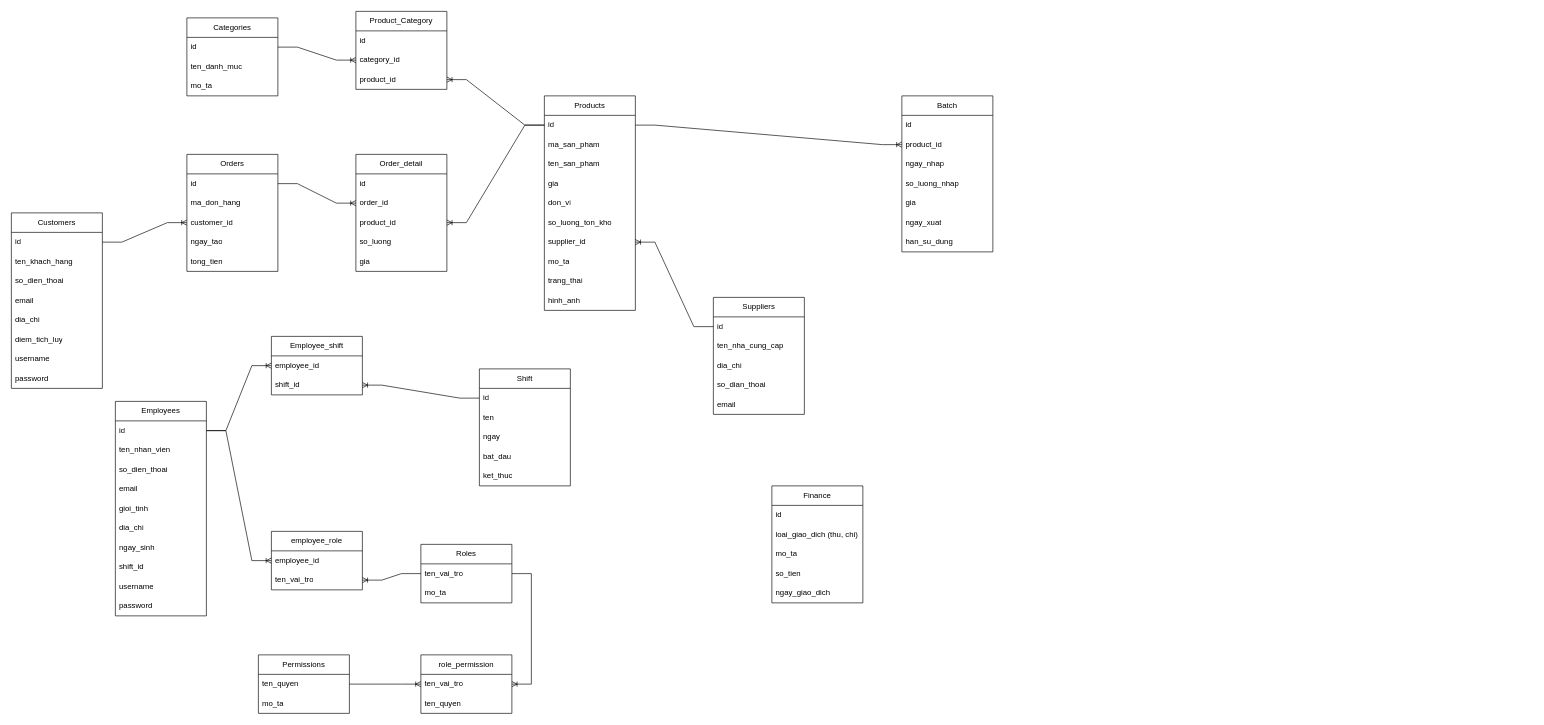
hiepnguyentien/mart-management keeps this draw.io diagram as src/main/resources/erd/Untitled Diagram.drawio. Above is the earlier version. Source tidied: cells renumbered, new cells numbered last; positions are measured from the earlier drawing's top-left corner, leaving out a move shared by most shapes. Both pictures are drawn from the tidied source at 65%, with x=0, y=0 at pixel (11, 11).
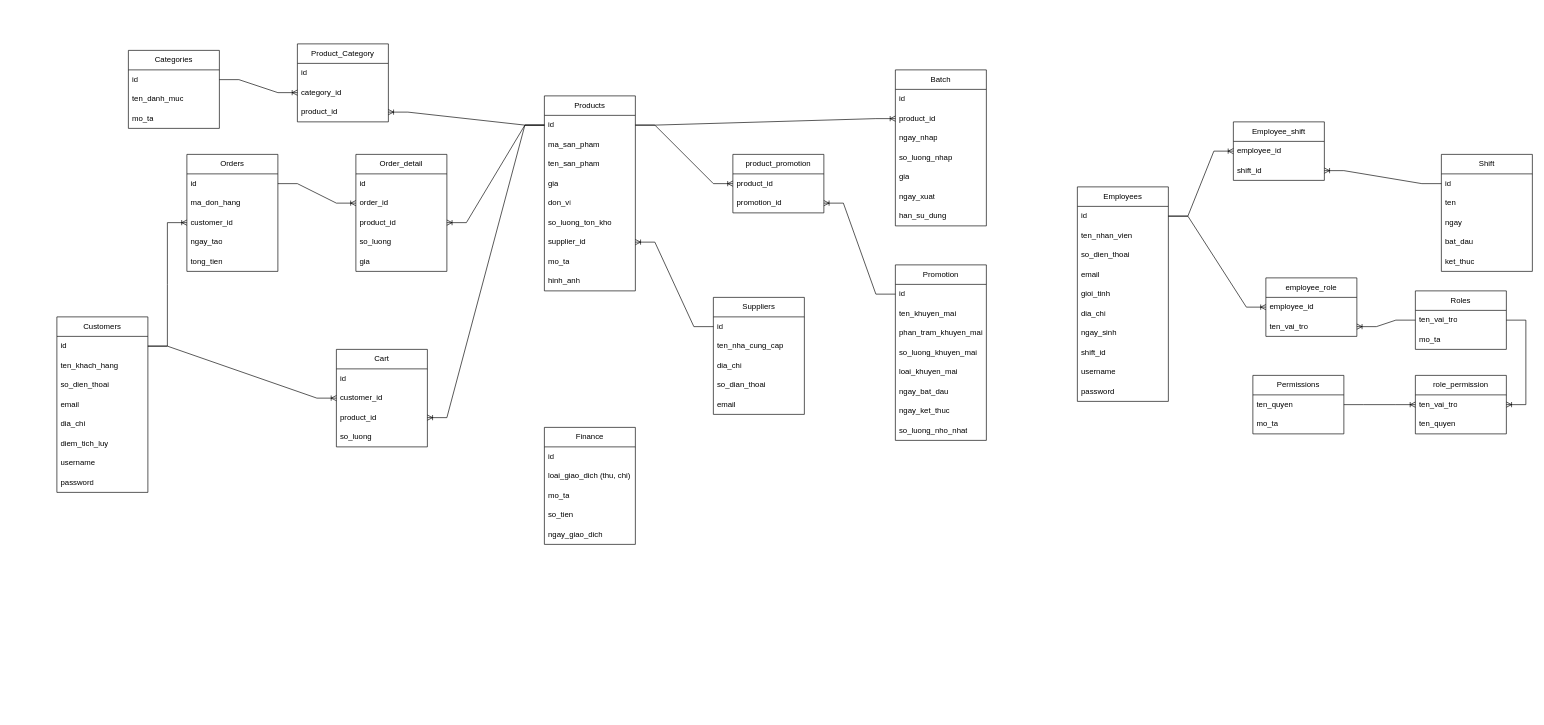
Above is the later version.

The change refers to these unchanged cells:
```xml
<mxCell id="33" value="id" style="text;strokeColor=none;fillColor=none;align=left;verticalAlign=middle;spacingLeft=4;spacingRight=4;overflow=hidden;points=[[0,0.5],[1,0.5]];portConstraint=eastwest;whiteSpace=wrap;html=1;" parent="32" vertex="1">
  <mxGeometry y="30" width="140" height="30" as="geometry" />
</mxCell>
<mxCell id="63" value="id" style="text;strokeColor=none;fillColor=none;align=left;verticalAlign=middle;spacingLeft=4;spacingRight=4;overflow=hidden;points=[[0,0.5],[1,0.5]];portConstraint=eastwest;whiteSpace=wrap;html=1;" parent="62" vertex="1">
  <mxGeometry y="30" width="140" height="30" as="geometry" />
</mxCell>
```

The edit, as a diff of the source:
```diff
@@
     <mxCell id="2" value="Employee_shift" style="swimlane;fontStyle=0;horizontal=1;startSize=30;whiteSpace=wrap;html=1;" parent="1" vertex="1">
-      <mxGeometry x="400" y="500" width="140" height="90" as="geometry" />
+      <mxGeometry x="1880" y="170" width="140" height="90" as="geometry" />
     </mxCell>
@@
     <mxCell id="5" value="employee_role" style="swimlane;fontStyle=0;horizontal=1;startSize=30;whiteSpace=wrap;html=1;" parent="1" vertex="1">
-      <mxGeometry x="400" y="800" width="140" height="90" as="geometry" />
+      <mxGeometry x="1930" y="410" width="140" height="90" as="geometry" />
     </mxCell>
@@
     <mxCell id="8" value="role_permission" style="swimlane;fontStyle=0;horizontal=1;startSize=30;whiteSpace=wrap;html=1;" parent="1" vertex="1">
-      <mxGeometry x="630" y="990" width="140" height="90" as="geometry" />
+      <mxGeometry x="2160" y="560" width="140" height="90" as="geometry" />
     </mxCell>
@@
     <mxCell id="11" value="Roles" style="swimlane;fontStyle=0;horizontal=1;startSize=30;whiteSpace=wrap;html=1;" parent="1" vertex="1">
-      <mxGeometry x="630" y="820" width="140" height="90" as="geometry" />
+      <mxGeometry x="2160" y="430" width="140" height="90" as="geometry" />
     </mxCell>
@@
     <mxCell id="14" value="Finance" style="swimlane;fontStyle=0;horizontal=1;startSize=30;whiteSpace=wrap;html=1;" parent="1" vertex="1">
-      <mxGeometry x="1170" y="730" width="140" height="180" as="geometry" />
+      <mxGeometry x="820" y="640" width="140" height="180" as="geometry" />
     </mxCell>
@@
     <mxCell id="32" value="Customers" style="swimlane;fontStyle=0;horizontal=1;startSize=30;whiteSpace=wrap;html=1;" parent="1" vertex="1">
-      <mxGeometry y="310" width="140" height="270" as="geometry" />
+      <mxGeometry x="70" y="470" width="140" height="270" as="geometry" />
     </mxCell>
@@
     <mxCell id="41" value="Employees" style="swimlane;fontStyle=0;horizontal=1;startSize=30;whiteSpace=wrap;html=1;" parent="1" vertex="1">
-      <mxGeometry x="160" y="600" width="140" height="330" as="geometry" />
+      <mxGeometry x="1640" y="270" width="140" height="330" as="geometry" />
     </mxCell>
@@
     <mxCell id="58" value="Categories" style="swimlane;fontStyle=0;horizontal=1;startSize=30;whiteSpace=wrap;html=1;" parent="1" vertex="1">
-      <mxGeometry x="270" y="10" width="140" height="120" as="geometry" />
+      <mxGeometry x="180" y="60" width="140" height="120" as="geometry" />
     </mxCell>
@@
     <mxCell id="62" value="Products" style="swimlane;fontStyle=0;horizontal=1;startSize=30;whiteSpace=wrap;html=1;" parent="1" vertex="1">
-      <mxGeometry x="820" y="130" width="140" height="330" as="geometry" />
+      <mxGeometry x="820" y="130" width="140" height="300" as="geometry" />
     </mxCell>
@@
-    <mxCell id="71" value="trang_thai" style="text;strokeColor=none;fillColor=none;align=left;verticalAlign=middle;spacingLeft=4;spacingRight=4;overflow=hidden;whiteSpace=wrap;html=1;" parent="62" vertex="1">
-      <mxGeometry y="270" width="140" height="30" as="geometry" />
-    </mxCell>
     <mxCell id="72" value="hinh_anh" style="text;strokeColor=none;fillColor=none;align=left;verticalAlign=middle;spacingLeft=4;spacingRight=4;overflow=hidden;whiteSpace=wrap;html=1;" parent="62" vertex="1">
-      <mxGeometry y="300" width="140" height="30" as="geometry" />
+      <mxGeometry y="270" width="140" height="30" as="geometry" />
     </mxCell>
     <mxCell id="73" value="Batch" style="swimlane;fontStyle=0;horizontal=1;startSize=30;whiteSpace=wrap;html=1;" parent="1" vertex="1">
-      <mxGeometry x="1370" y="130" width="140" height="240" as="geometry" />
+      <mxGeometry x="1360" y="90" width="140" height="240" as="geometry" />
     </mxCell>
@@
     <mxCell id="81" value="Shift" style="swimlane;fontStyle=0;horizontal=1;startSize=30;whiteSpace=wrap;html=1;" parent="1" vertex="1">
-      <mxGeometry x="720" y="550" width="140" height="180" as="geometry" />
+      <mxGeometry x="2200" y="220" width="140" height="180" as="geometry" />
     </mxCell>
@@
     <mxCell id="87" value="Permissions" style="swimlane;fontStyle=0;horizontal=1;startSize=30;whiteSpace=wrap;html=1;" parent="1" vertex="1">
-      <mxGeometry x="380" y="990" width="140" height="90" as="geometry" />
+      <mxGeometry x="1910" y="560" width="140" height="90" as="geometry" />
     </mxCell>
@@
     <mxCell id="92" value="Product_Category" style="swimlane;fontStyle=0;horizontal=1;startSize=30;whiteSpace=wrap;html=1;" parent="1" vertex="1">
-      <mxGeometry x="530" width="140" height="120" as="geometry" />
+      <mxGeometry x="440" y="50" width="140" height="120" as="geometry" />
     </mxCell>
@@
+    <mxCell id="107" value="Promotion" style="swimlane;fontStyle=0;horizontal=1;startSize=30;whiteSpace=wrap;html=1;" parent="1" vertex="1">
+      <mxGeometry x="1360" y="390" width="140" height="270" as="geometry" />
+    </mxCell>
+    <mxCell id="108" value="id" style="text;strokeColor=none;fillColor=none;align=left;verticalAlign=middle;spacingLeft=4;spacingRight=4;overflow=hidden;points=[[0,0.5],[1,0.5]];portConstraint=eastwest;whiteSpace=wrap;html=1;" parent="107" vertex="1">
+      <mxGeometry y="30" width="140" height="30" as="geometry" />
+    </mxCell>
+    <mxCell id="109" value="ten_khuyen_mai" style="text;strokeColor=none;fillColor=none;align=left;verticalAlign=middle;spacingLeft=4;spacingRight=4;overflow=hidden;whiteSpace=wrap;html=1;" parent="107" vertex="1">
+      <mxGeometry y="60" width="140" height="30" as="geometry" />
+    </mxCell>
+    <mxCell id="110" value="phan_tram_khuyen_mai" style="text;strokeColor=none;fillColor=none;align=left;verticalAlign=middle;spacingLeft=4;spacingRight=4;overflow=hidden;whiteSpace=wrap;html=1;" parent="107" vertex="1">
+      <mxGeometry y="90" width="140" height="30" as="geometry" />
+    </mxCell>
+    <mxCell id="111" value="so_luong_khuyen_mai" style="text;strokeColor=none;fillColor=none;align=left;verticalAlign=middle;spacingLeft=4;spacingRight=4;overflow=hidden;whiteSpace=wrap;html=1;" parent="107" vertex="1">
+      <mxGeometry y="120" width="140" height="30" as="geometry" />
+    </mxCell>
+    <mxCell id="112" value="loai_khuyen_mai" style="text;strokeColor=none;fillColor=none;align=left;verticalAlign=middle;spacingLeft=4;spacingRight=4;overflow=hidden;whiteSpace=wrap;html=1;" parent="107" vertex="1">
+      <mxGeometry y="150" width="140" height="30" as="geometry" />
+    </mxCell>
+    <mxCell id="113" value="ngay_bat_dau" style="text;strokeColor=none;fillColor=none;align=left;verticalAlign=middle;spacingLeft=4;spacingRight=4;overflow=hidden;whiteSpace=wrap;html=1;" parent="107" vertex="1">
+      <mxGeometry y="180" width="140" height="30" as="geometry" />
+    </mxCell>
+    <mxCell id="114" value="ngay_ket_thuc" style="text;strokeColor=none;fillColor=none;align=left;verticalAlign=middle;spacingLeft=4;spacingRight=4;overflow=hidden;whiteSpace=wrap;html=1;" parent="107" vertex="1">
+      <mxGeometry y="210" width="140" height="30" as="geometry" />
+    </mxCell>
+    <mxCell id="115" value="so_luong_nho_nhat" style="text;strokeColor=none;fillColor=none;align=left;verticalAlign=middle;spacingLeft=4;spacingRight=4;overflow=hidden;whiteSpace=wrap;html=1;" parent="107" vertex="1">
+      <mxGeometry y="240" width="140" height="30" as="geometry" />
+    </mxCell>
+    <mxCell id="116" value="product_promotion" style="swimlane;fontStyle=0;horizontal=1;startSize=30;whiteSpace=wrap;html=1;" parent="1" vertex="1">
+      <mxGeometry x="1110" y="220" width="140" height="90" as="geometry" />
+    </mxCell>
+    <mxCell id="117" value="product_id" style="text;strokeColor=none;fillColor=none;align=left;verticalAlign=middle;spacingLeft=4;spacingRight=4;overflow=hidden;points=[[0,0.5],[1,0.5]];portConstraint=eastwest;whiteSpace=wrap;html=1;" parent="116" vertex="1">
+      <mxGeometry y="30" width="140" height="30" as="geometry" />
+    </mxCell>
+    <mxCell id="118" value="promotion_id" style="text;strokeColor=none;fillColor=none;align=left;verticalAlign=middle;spacingLeft=4;spacingRight=4;overflow=hidden;points=[[0,0.5],[1,0.5]];portConstraint=eastwest;whiteSpace=wrap;html=1;" parent="116" vertex="1">
+      <mxGeometry y="60" width="140" height="30" as="geometry" />
+    </mxCell>
+    <mxCell id="119" style="edgeStyle=entityRelationEdgeStyle;fontSize=12;html=1;endArrow=ERoneToMany;rounded=0;exitX=1;exitY=0.5;exitDx=0;exitDy=0;entryX=0;entryY=0.5;entryDx=0;entryDy=0;" parent="1" edge="1" source="63" target="117">
+      <mxGeometry relative="1" as="geometry" />
+    </mxCell>
+    <mxCell id="120" style="edgeStyle=entityRelationEdgeStyle;fontSize=12;html=1;endArrow=ERoneToMany;rounded=0;exitX=0;exitY=0.5;exitDx=0;exitDy=0;entryX=1;entryY=0.5;entryDx=0;entryDy=0;" parent="1" edge="1" source="108" target="118">
+      <mxGeometry relative="1" as="geometry" />
+    </mxCell>
+    <mxCell id="121" value="Cart" style="swimlane;fontStyle=0;horizontal=1;startSize=30;whiteSpace=wrap;html=1;" parent="1" vertex="1">
+      <mxGeometry x="500" y="520" width="140" height="150" as="geometry" />
+    </mxCell>
+    <mxCell id="122" value="id" style="text;strokeColor=none;fillColor=none;align=left;verticalAlign=middle;spacingLeft=4;spacingRight=4;overflow=hidden;whiteSpace=wrap;html=1;" parent="121" vertex="1">
+      <mxGeometry y="30" width="140" height="30" as="geometry" />
+    </mxCell>
+    <mxCell id="123" value="customer_id" style="text;strokeColor=none;fillColor=none;align=left;verticalAlign=middle;spacingLeft=4;spacingRight=4;overflow=hidden;points=[[0,0.5],[1,0.5]];portConstraint=eastwest;whiteSpace=wrap;html=1;" parent="121" vertex="1">
+      <mxGeometry y="60" width="140" height="30" as="geometry" />
+    </mxCell>
+    <mxCell id="124" value="product_id" style="text;strokeColor=none;fillColor=none;align=left;verticalAlign=middle;spacingLeft=4;spacingRight=4;overflow=hidden;points=[[0,0.5],[1,0.5]];portConstraint=eastwest;whiteSpace=wrap;html=1;" parent="121" vertex="1">
+      <mxGeometry y="90" width="140" height="30" as="geometry" />
+    </mxCell>
+    <mxCell id="125" value="so_luong" style="text;strokeColor=none;fillColor=none;align=left;verticalAlign=middle;spacingLeft=4;spacingRight=4;overflow=hidden;whiteSpace=wrap;html=1;" parent="121" vertex="1">
+      <mxGeometry y="120" width="140" height="30" as="geometry" />
+    </mxCell>
+    <mxCell id="126" style="edgeStyle=entityRelationEdgeStyle;fontSize=12;html=1;endArrow=ERoneToMany;rounded=0;exitX=1;exitY=0.5;exitDx=0;exitDy=0;entryX=0;entryY=0.5;entryDx=0;entryDy=0;" parent="1" edge="1" source="33" target="123">
+      <mxGeometry relative="1" as="geometry" />
+    </mxCell>
+    <mxCell id="127" style="edgeStyle=entityRelationEdgeStyle;fontSize=12;html=1;endArrow=ERoneToMany;rounded=0;exitX=0;exitY=0.5;exitDx=0;exitDy=0;entryX=1;entryY=0.5;entryDx=0;entryDy=0;" parent="1" edge="1" source="63" target="124">
+      <mxGeometry relative="1" as="geometry" />
+    </mxCell>
```
